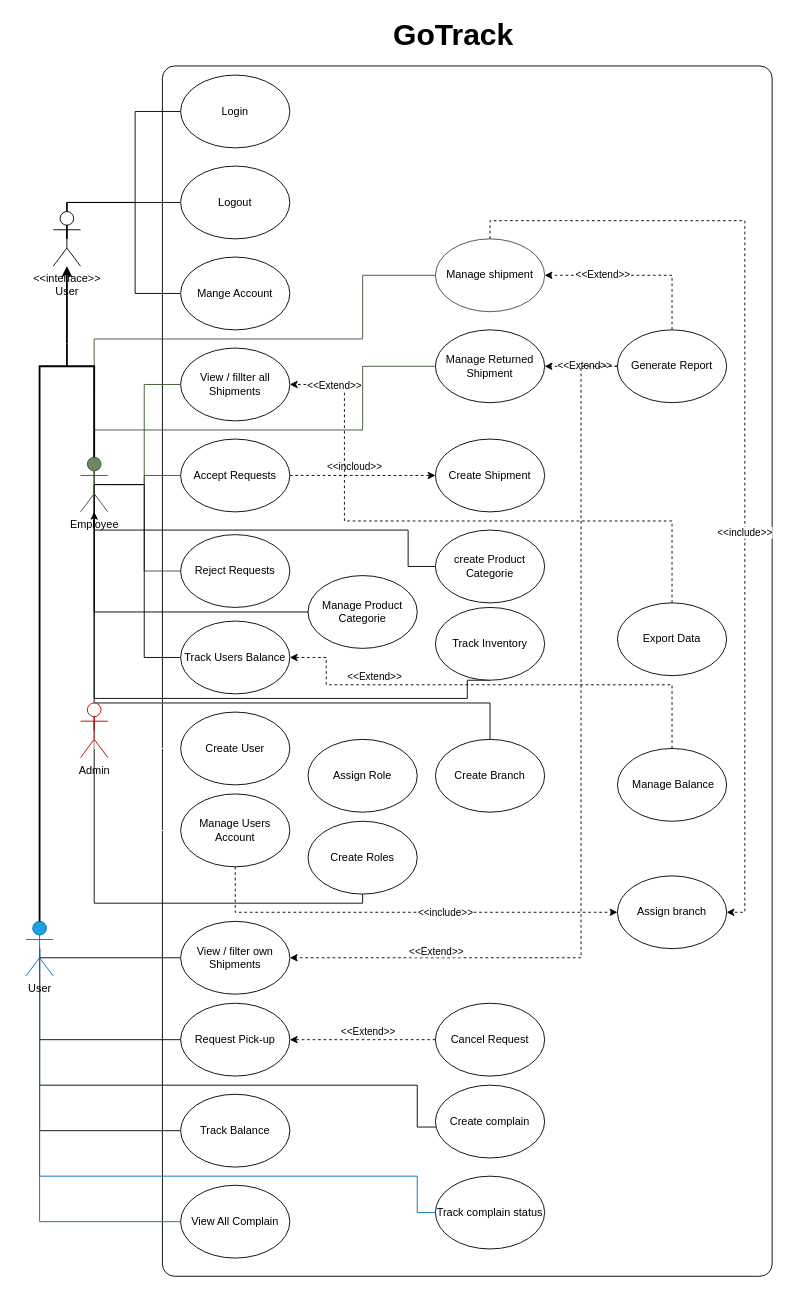
Earlier version of the draw.io diagram GoTrack_UseCase.drawio (HelwanDevs/GoTrack-Logistic-System). Source tidied: cells renumbered, new cells numbered last; positions are measured from the earlier drawing's top-left corner, leaving out a move shared by most shapes. Both pictures are drawn from the tidied source at 91%, with x=0, y=0 at pixel (25, 20).
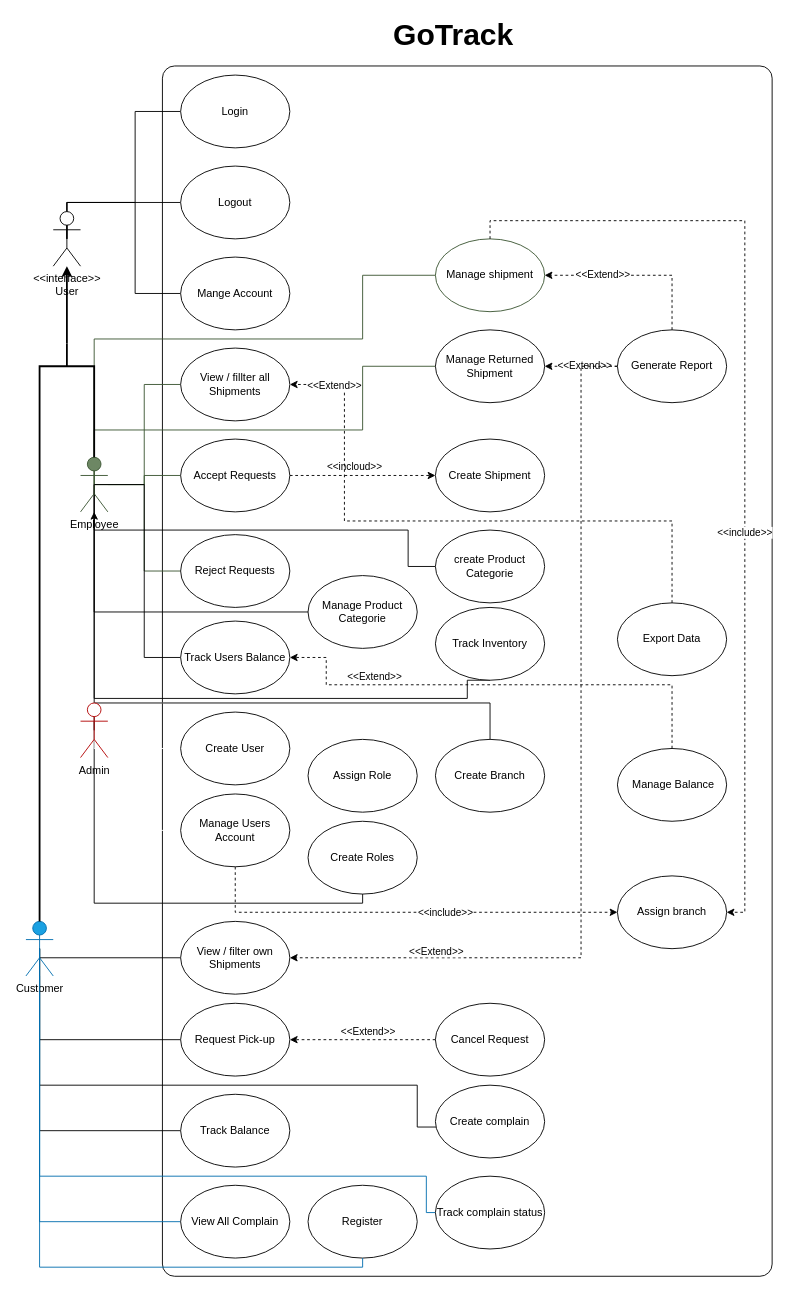
The same page after the edit.

Commit message:
Updated the wrong actor name from user to customer and added Register useCase to it

The change refers to these unchanged cells:
```xml
<mxCell id="79" value="Track complain status" style="ellipse;whiteSpace=wrap;html=1;strokeColor=light-dark(#000000,#51AFE7);" parent="1" vertex="1">
  <mxGeometry x="450" y="1270" width="120" height="80" as="geometry" />
</mxCell>
```

The edit, as a diff of the source:
```diff
@@
     <mxCell id="20" style="edgeStyle=orthogonalEdgeStyle;rounded=0;jettySize=auto;html=1;exitX=0.5;exitY=0.5;exitDx=0;exitDy=0;exitPerimeter=0;entryX=0;entryY=0.5;entryDx=0;entryDy=0;endArrow=none;endFill=0;fillColor=#1ba1e2;strokeColor=#006EAF;" parent="1" edge="1" source="21" target="79">
       <mxGeometry relative="1" as="geometry">
         <Array as="points">
           <mxPoint x="15" y="1270" />
-          <mxPoint x="430" y="1270" />
-          <mxPoint x="430" y="1310" />
+          <mxPoint x="440" y="1270" />
+          <mxPoint x="440" y="1310" />
         </Array>
       </mxGeometry>
     </mxCell>
-    <mxCell id="21" value="&lt;span style=&quot;color: light-dark(rgb(0, 0, 0), rgb(255, 255, 255));&quot;&gt;User&lt;/span&gt;" style="shape=umlActor;verticalLabelPosition=bottom;verticalAlign=top;html=1;outlineConnect=0;fillColor=#1ba1e2;fontColor=#ffffff;strokeColor=#006EAF;" parent="1" vertex="1">
+    <mxCell id="21" value="&lt;font color=&quot;#000000&quot;&gt;Customer&lt;/font&gt;" style="shape=umlActor;verticalLabelPosition=bottom;verticalAlign=top;html=1;outlineConnect=0;fillColor=#1ba1e2;fontColor=#ffffff;strokeColor=#006EAF;" parent="1" vertex="1">
       <mxGeometry y="990" width="30" height="60" as="geometry" />
     </mxCell>
@@
+    <mxCell id="83" value="Register" style="ellipse;whiteSpace=wrap;html=1;strokeColor=light-dark(#000000,#5C79A3);" parent="1" vertex="1">
+      <mxGeometry x="310" y="1280" width="120" height="80" as="geometry" />
+    </mxCell>
+    <mxCell id="84" style="edgeStyle=orthogonalEdgeStyle;rounded=0;jettySize=auto;html=1;entryX=0.5;entryY=1;entryDx=0;entryDy=0;endArrow=none;endFill=0;fillColor=#1ba1e2;strokeColor=#006EAF;" parent="1" edge="1" source="21" target="83">
+      <mxGeometry relative="1" as="geometry">
+        <Array as="points">
+          <mxPoint x="15" y="1370" />
+          <mxPoint x="370" y="1370" />
+        </Array>
+      </mxGeometry>
+    </mxCell>
```
